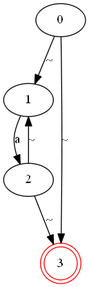
Before: image/test_nfa.png, a diagram exported from Graphviz (JameyWoo/re2graph). Its source is kept beside it as tmp/test_nfa.dot. Source of this version:
```dot
digraph {
	0 [label="0"]
	1 [label="1"]
	2 [label="2"]
	3 [label="3" color=red shape=doublecircle]
	0 -> 1 [label="~"]
	0 -> 3 [label="~"]
	1 -> 2 [label="a"]
	2 -> 1 [label="~"]
	2 -> 3 [label="~"]
}
```
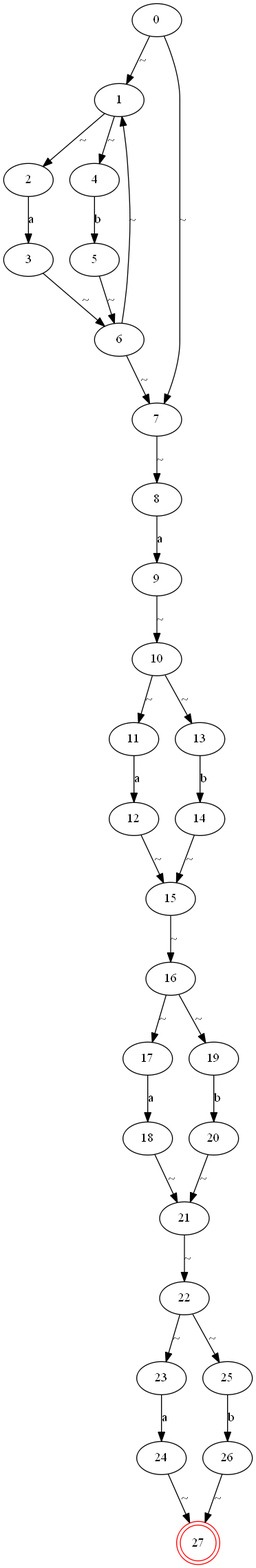
The same file after the commit.

Change to the diagram source:
```diff
@@ -2,10 +2,62 @@
 	0 [label="0"]
 	1 [label="1"]
 	2 [label="2"]
-	3 [label="3" color=red shape=doublecircle]
+	3 [label="3"]
+	4 [label="4"]
+	5 [label="5"]
+	6 [label="6"]
+	7 [label="7"]
+	8 [label="8"]
+	9 [label="9"]
+	10 [label="10"]
+	11 [label="11"]
+	12 [label="12"]
+	13 [label="13"]
+	14 [label="14"]
+	15 [label="15"]
+	16 [label="16"]
+	17 [label="17"]
+	18 [label="18"]
+	19 [label="19"]
+	20 [label="20"]
+	21 [label="21"]
+	22 [label="22"]
+	23 [label="23"]
+	24 [label="24"]
+	25 [label="25"]
+	26 [label="26"]
+	27 [label="27" color=red shape=doublecircle]
 	0 -> 1 [label="~"]
-	0 -> 3 [label="~"]
-	1 -> 2 [label="a"]
-	2 -> 1 [label="~"]
-	2 -> 3 [label="~"]
+	0 -> 7 [label="~"]
+	1 -> 2 [label="~"]
+	1 -> 4 [label="~"]
+	2 -> 3 [label="a"]
+	3 -> 6 [label="~"]
+	4 -> 5 [label="b"]
+	5 -> 6 [label="~"]
+	6 -> 1 [label="~"]
+	6 -> 7 [label="~"]
+	7 -> 8 [label="~"]
+	8 -> 9 [label="a"]
+	9 -> 10 [label="~"]
+	10 -> 11 [label="~"]
+	10 -> 13 [label="~"]
+	11 -> 12 [label="a"]
+	12 -> 15 [label="~"]
+	13 -> 14 [label="b"]
+	14 -> 15 [label="~"]
+	15 -> 16 [label="~"]
+	16 -> 17 [label="~"]
+	16 -> 19 [label="~"]
+	17 -> 18 [label="a"]
+	18 -> 21 [label="~"]
+	19 -> 20 [label="b"]
+	20 -> 21 [label="~"]
+	21 -> 22 [label="~"]
+	22 -> 23 [label="~"]
+	22 -> 25 [label="~"]
+	23 -> 24 [label="a"]
+	24 -> 27 [label="~"]
+	25 -> 26 [label="b"]
+	26 -> 27 [label="~"]
 }
```
